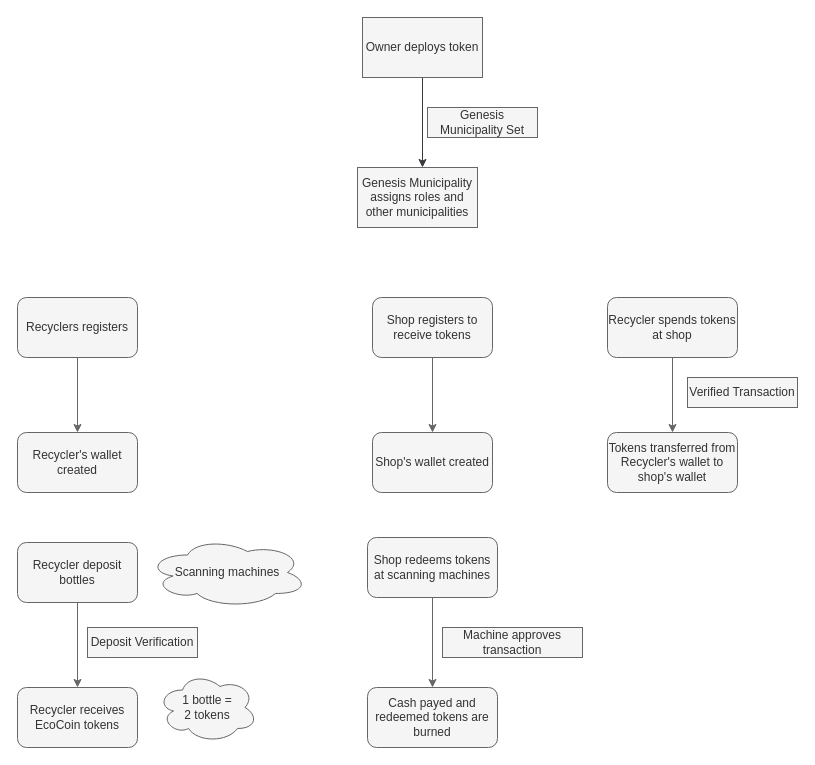
Before: AppDiagramV2.drawio in ChefAharoni/EcoCoin, a draw.io diagram. Source tidied: cells renumbered, new cells numbered last; positions are measured from the earlier drawing's top-left corner, leaving out a move shared by most shapes. Both pictures are drawn from the tidied source at 100%, with x=0, y=0 at pixel (17, 17).
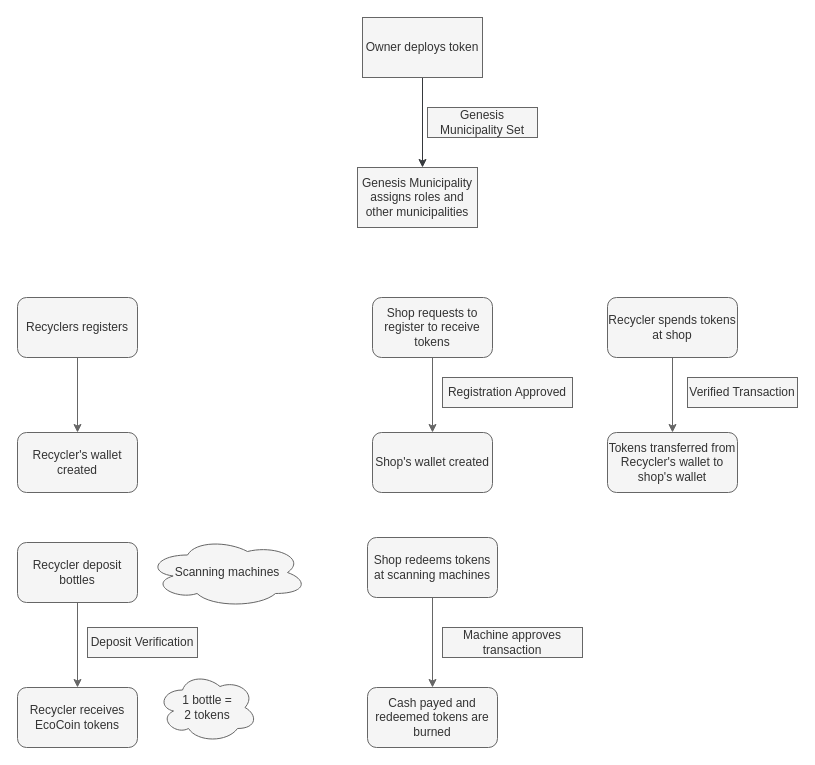
After the change.

Commit message (it also covers changes not shown here):
Updated workflow diagram

What changed in the source:
```diff
@@
-    <mxCell id="9" value="Shop registers to receive tokens" style="rounded=1;whiteSpace=wrap;html=1;fillColor=#f5f5f5;fontColor=#333333;strokeColor=#666666;" parent="1" vertex="1">
+    <mxCell id="9" value="Shop requests to register to receive tokens" style="rounded=1;whiteSpace=wrap;html=1;fillColor=#f5f5f5;fontColor=#333333;strokeColor=#666666;" parent="1" vertex="1">
       <mxGeometry x="355" y="280" width="120" height="60" as="geometry" />
     </mxCell>
@@
+    <mxCell id="26" value="Registration Approved" style="text;html=1;strokeColor=#666666;fillColor=#f5f5f5;align=center;verticalAlign=middle;whiteSpace=wrap;rounded=0;fontColor=#333333;" parent="1" vertex="1">
+      <mxGeometry x="425" y="360" width="130" height="30" as="geometry" />
+    </mxCell>
```
